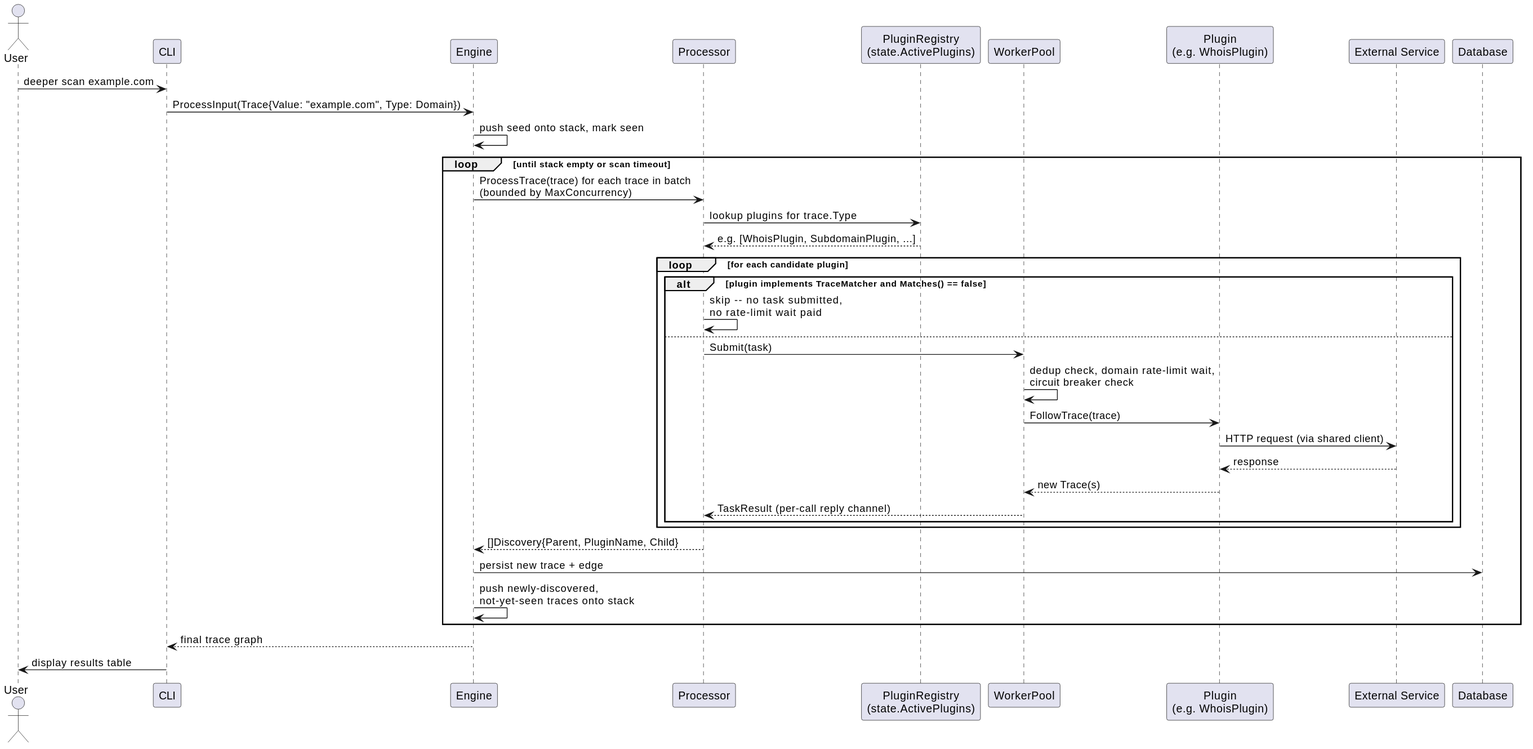
Above: docs/images/docs/Sequence.svg in smirnoffmg/deeper (PlantUML), before the change.
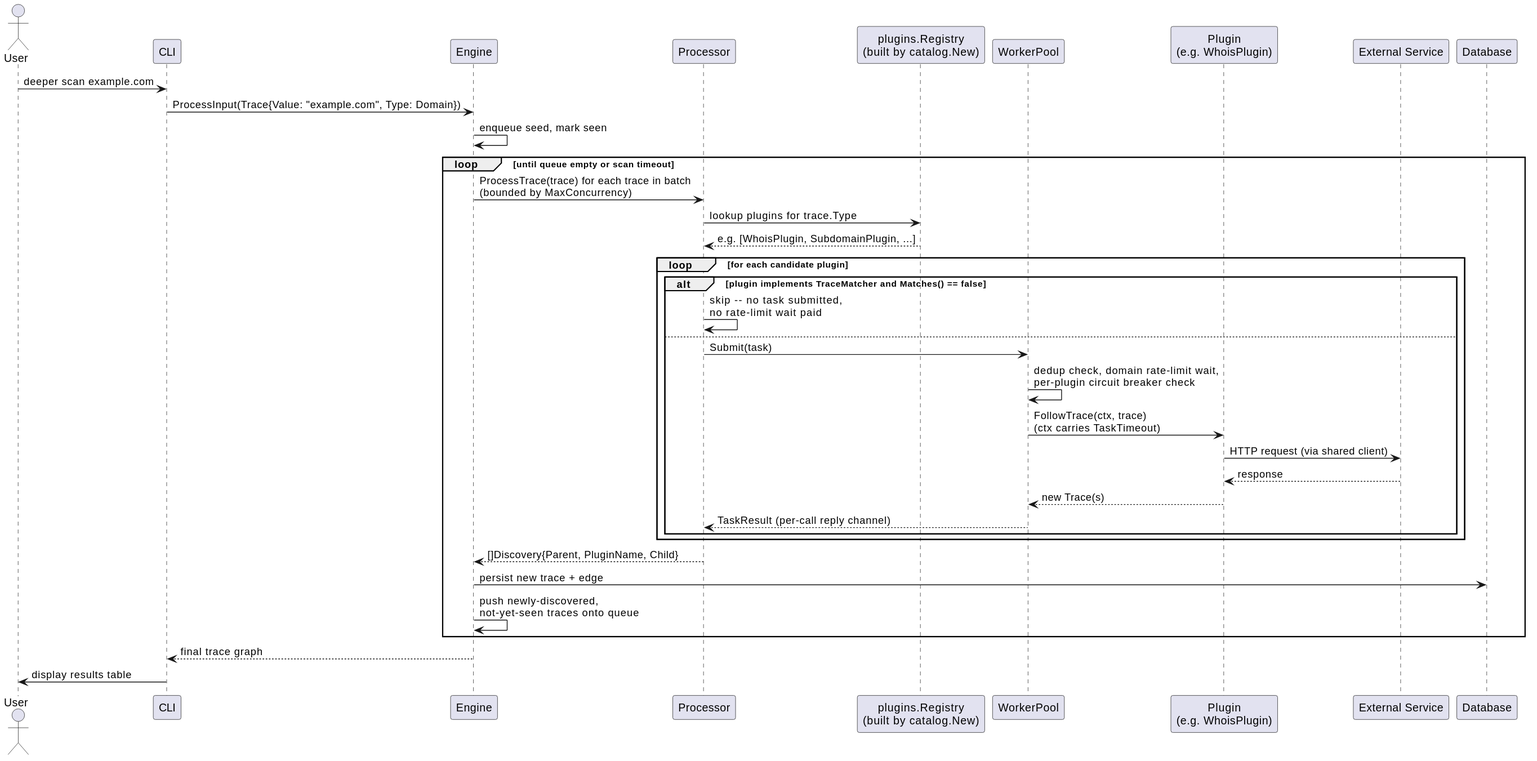
After the change.

The edit, as a diff of the source:
```diff
@@ -4,7 +4,7 @@
 participant "CLI" as CLI
 participant "Engine" as Engine
 participant "Processor" as Processor
-participant "PluginRegistry\n(state.ActivePlugins)" as Registry
+participant "plugins.Registry\n(built by catalog.New)" as Registry
 participant "WorkerPool" as Pool
 participant "Plugin\n(e.g. WhoisPlugin)" as Plugin
 participant "External Service" as Ext
@@ -12,9 +12,9 @@
 
 User -> CLI: deeper scan example.com
 CLI -> Engine: ProcessInput(Trace{Value: "example.com", Type: Domain})
-Engine -> Engine: push seed onto stack, mark seen
+Engine -> Engine: enqueue seed, mark seen
 
-loop until stack empty or scan timeout
+loop until queue empty or scan timeout
     Engine -> Processor: ProcessTrace(trace) for each trace in batch\n(bounded by MaxConcurrency)
     Processor -> Registry: lookup plugins for trace.Type
     Registry --> Processor: e.g. [WhoisPlugin, SubdomainPlugin, ...]
@@ -24,8 +24,8 @@
             Processor -> Processor: skip -- no task submitted,\nno rate-limit wait paid
         else
             Processor -> Pool: Submit(task)
-            Pool -> Pool: dedup check, domain rate-limit wait,\ncircuit breaker check
-            Pool -> Plugin: FollowTrace(trace)
+            Pool -> Pool: dedup check, domain rate-limit wait,\nper-plugin circuit breaker check
+            Pool -> Plugin: FollowTrace(ctx, trace)\n(ctx carries TaskTimeout)
             Plugin -> Ext: HTTP request (via shared client)
             Ext --> Plugin: response
             Plugin --> Pool: new Trace(s)
@@ -35,7 +35,7 @@
 
     Processor --> Engine: []Discovery{Parent, PluginName, Child}
     Engine -> DB: persist new trace + edge
-    Engine -> Engine: push newly-discovered,\nnot-yet-seen traces onto stack
+    Engine -> Engine: push newly-discovered,\nnot-yet-seen traces onto queue
 end
 
 Engine --> CLI: final trace graph
```
